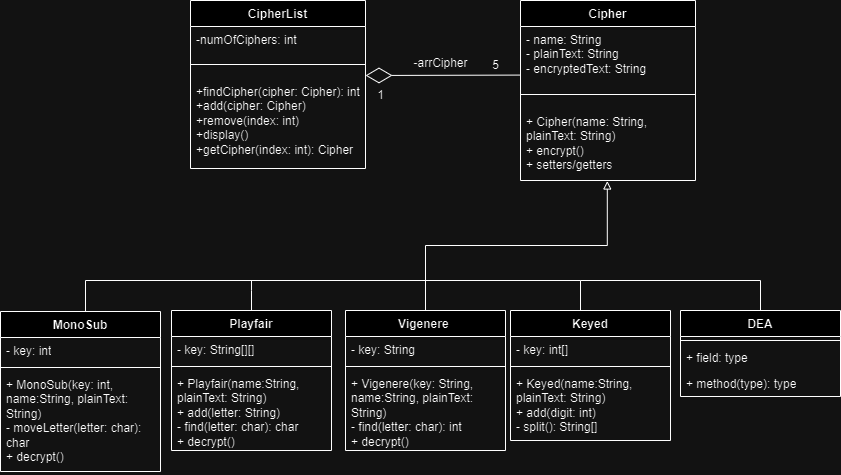
Above: UML Class.png in HAQ7/educational-encryption-program (draw.io), before the change. Source tidied: cells renumbered, new cells last; positions are measured from the earlier drawing's top-left corner, leaving out a move shared by most shapes. Source of this version:
```xml
<mxGraphModel>
  <root>
    <mxCell id="0" />
    <mxCell id="1" parent="0" />
    <mxCell id="2" value="Cipher" style="swimlane;fontStyle=1;align=center;verticalAlign=top;horizontal=1;startSize=26;whiteSpace=wrap;html=1;" parent="1" vertex="1">
      <mxGeometry x="520" width="175" height="180" as="geometry" />
    </mxCell>
    <mxCell id="3" value="- name: String&lt;br&gt;- plainText: String&lt;br&gt;- encryptedText: String" style="text;strokeColor=none;fillColor=none;align=left;verticalAlign=top;spacingLeft=4;spacingRight=4;overflow=hidden;whiteSpace=wrap;html=1;" parent="2" vertex="1">
      <mxGeometry y="26" width="175" height="54" as="geometry" />
    </mxCell>
    <mxCell id="4" style="line;strokeWidth=1;fillColor=none;align=left;verticalAlign=middle;spacingTop=-1;spacingLeft=3;spacingRight=3;labelPosition=right;strokeColor=inherit;" parent="2" vertex="1">
      <mxGeometry y="80" width="175" height="28" as="geometry" />
    </mxCell>
    <mxCell id="5" value="+ Cipher(name: String, plainText: String)&lt;br&gt;+ encrypt()&lt;br&gt;+ setters/getters" style="text;strokeColor=none;fillColor=none;align=left;verticalAlign=top;spacingLeft=4;spacingRight=4;overflow=hidden;points=[[0,0.5],[1,0.5]];portConstraint=eastwest;whiteSpace=wrap;html=1;" parent="2" vertex="1">
      <mxGeometry y="108" width="175" height="72" as="geometry" />
    </mxCell>
    <mxCell id="6" style="edgeStyle=orthogonalEdgeStyle;rounded=0;jettySize=auto;html=1;entryX=0.496;entryY=1.007;entryDx=0;entryDy=0;entryPerimeter=0;strokeWidth=1;endArrow=block;endFill=0;" parent="1" edge="1" source="7" target="5">
      <mxGeometry relative="1" as="geometry" />
    </mxCell>
    <mxCell id="7" value="Vigenere&amp;nbsp;" style="swimlane;fontStyle=1;align=center;verticalAlign=top;horizontal=1;startSize=26;whiteSpace=wrap;html=1;" parent="1" vertex="1">
      <mxGeometry x="345" y="310" width="160" height="140" as="geometry" />
    </mxCell>
    <mxCell id="8" value="- key: String" style="text;strokeColor=none;fillColor=none;align=left;verticalAlign=top;spacingLeft=4;spacingRight=4;overflow=hidden;whiteSpace=wrap;html=1;" parent="7" vertex="1">
      <mxGeometry y="26" width="160" height="26" as="geometry" />
    </mxCell>
    <mxCell id="9" style="line;strokeWidth=1;fillColor=none;align=left;verticalAlign=middle;spacingTop=-1;spacingLeft=3;spacingRight=3;labelPosition=right;strokeColor=inherit;" parent="7" vertex="1">
      <mxGeometry y="52" width="160" height="8" as="geometry" />
    </mxCell>
    <mxCell id="10" value="+ Vigenere(key: String, name:String, plainText: String)&lt;br&gt;- find(letter: char): int&lt;br&gt;+ decrypt()" style="text;strokeColor=none;fillColor=none;align=left;verticalAlign=top;spacingLeft=4;spacingRight=4;overflow=hidden;whiteSpace=wrap;html=1;" parent="7" vertex="1">
      <mxGeometry y="60" width="160" height="80" as="geometry" />
    </mxCell>
    <mxCell id="11" style="edgeStyle=orthogonalEdgeStyle;rounded=0;jettySize=auto;html=1;endArrow=none;endFill=0;" parent="1" edge="1" source="12">
      <mxGeometry relative="1" as="geometry">
        <mxPoint x="251" y="280" as="targetPoint" />
      </mxGeometry>
    </mxCell>
    <mxCell id="12" value="Playfair" style="swimlane;fontStyle=1;align=center;verticalAlign=top;horizontal=1;startSize=26;whiteSpace=wrap;html=1;" parent="1" vertex="1">
      <mxGeometry x="171" y="310" width="160" height="140" as="geometry" />
    </mxCell>
    <mxCell id="13" value="- key: String[][]" style="text;strokeColor=none;fillColor=none;align=left;verticalAlign=top;spacingLeft=4;spacingRight=4;overflow=hidden;whiteSpace=wrap;html=1;" parent="12" vertex="1">
      <mxGeometry y="26" width="160" height="26" as="geometry" />
    </mxCell>
    <mxCell id="14" style="line;strokeWidth=1;fillColor=none;align=left;verticalAlign=middle;spacingTop=-1;spacingLeft=3;spacingRight=3;labelPosition=right;strokeColor=inherit;" parent="12" vertex="1">
      <mxGeometry y="52" width="160" height="8" as="geometry" />
    </mxCell>
    <mxCell id="15" value="+ Playfair(name:String, plainText: String)&lt;br&gt;+ add(letter: String)&lt;br&gt;- find(letter: char): char&lt;br&gt;+ decrypt()" style="text;strokeColor=none;fillColor=none;align=left;verticalAlign=top;spacingLeft=4;spacingRight=4;overflow=hidden;whiteSpace=wrap;html=1;" parent="12" vertex="1">
      <mxGeometry y="60" width="160" height="80" as="geometry" />
    </mxCell>
    <mxCell id="16" style="edgeStyle=orthogonalEdgeStyle;rounded=0;orthogonalLoop=1;jettySize=auto;html=1;endArrow=none;endFill=0;" parent="1" edge="1">
      <mxGeometry relative="1" as="geometry">
        <mxPoint x="85" y="331" as="sourcePoint" />
        <mxPoint x="425" y="280" as="targetPoint" />
        <Array as="points">
          <mxPoint x="85" y="280" />
        </Array>
      </mxGeometry>
    </mxCell>
    <mxCell id="17" value="MonoSub" style="swimlane;fontStyle=1;align=center;verticalAlign=top;horizontal=1;startSize=26;whiteSpace=wrap;html=1;" parent="1" vertex="1">
      <mxGeometry y="311" width="160" height="160" as="geometry" />
    </mxCell>
    <mxCell id="18" value="- key: int" style="text;strokeColor=none;fillColor=none;align=left;verticalAlign=top;spacingLeft=4;spacingRight=4;overflow=hidden;whiteSpace=wrap;html=1;" parent="17" vertex="1">
      <mxGeometry y="26" width="160" height="26" as="geometry" />
    </mxCell>
    <mxCell id="19" style="line;strokeWidth=1;fillColor=none;align=left;verticalAlign=middle;spacingTop=-1;spacingLeft=3;spacingRight=3;labelPosition=right;strokeColor=inherit;" parent="17" vertex="1">
      <mxGeometry y="52" width="160" height="8" as="geometry" />
    </mxCell>
    <mxCell id="20" value="+ MonoSub(key: int, name:String, plainText: String)&lt;br&gt;- moveLetter(letter: char): char&lt;br&gt;+ decrypt()" style="text;strokeColor=none;fillColor=none;align=left;verticalAlign=top;spacingLeft=4;spacingRight=4;overflow=hidden;whiteSpace=wrap;html=1;" parent="17" vertex="1">
      <mxGeometry y="60" width="160" height="100" as="geometry" />
    </mxCell>
    <mxCell id="21" style="edgeStyle=orthogonalEdgeStyle;rounded=0;orthogonalLoop=1;jettySize=auto;html=1;endArrow=none;endFill=0;" parent="1" edge="1">
      <mxGeometry relative="1" as="geometry">
        <mxPoint x="580" y="330" as="sourcePoint" />
        <mxPoint x="420" y="280" as="targetPoint" />
        <Array as="points">
          <mxPoint x="580" y="280" />
        </Array>
      </mxGeometry>
    </mxCell>
    <mxCell id="22" value="Keyed" style="swimlane;fontStyle=1;align=center;verticalAlign=top;horizontal=1;startSize=26;whiteSpace=wrap;html=1;" parent="1" vertex="1">
      <mxGeometry x="510" y="310" width="160" height="130" as="geometry" />
    </mxCell>
    <mxCell id="23" value="- key: int[]" style="text;strokeColor=none;fillColor=none;align=left;verticalAlign=top;spacingLeft=4;spacingRight=4;overflow=hidden;whiteSpace=wrap;html=1;" parent="22" vertex="1">
      <mxGeometry y="26" width="160" height="26" as="geometry" />
    </mxCell>
    <mxCell id="24" style="line;strokeWidth=1;fillColor=none;align=left;verticalAlign=middle;spacingTop=-1;spacingLeft=3;spacingRight=3;labelPosition=right;strokeColor=inherit;" parent="22" vertex="1">
      <mxGeometry y="52" width="160" height="8" as="geometry" />
    </mxCell>
    <mxCell id="25" value="+ Keyed(name:String, plainText: String)&lt;br&gt;+ add(digit: int)&lt;br&gt;- split(): String[]" style="text;strokeColor=none;fillColor=none;align=left;verticalAlign=top;spacingLeft=4;spacingRight=4;overflow=hidden;whiteSpace=wrap;html=1;" parent="22" vertex="1">
      <mxGeometry y="60" width="160" height="70" as="geometry" />
    </mxCell>
    <mxCell id="26" style="edgeStyle=orthogonalEdgeStyle;rounded=0;jettySize=auto;html=1;endArrow=none;endFill=0;" parent="1" edge="1" source="27">
      <mxGeometry relative="1" as="geometry">
        <mxPoint x="580" y="280" as="targetPoint" />
        <Array as="points">
          <mxPoint x="760" y="280" />
        </Array>
      </mxGeometry>
    </mxCell>
    <mxCell id="27" value="DEA" style="swimlane;fontStyle=1;align=center;verticalAlign=top;horizontal=1;startSize=26;whiteSpace=wrap;html=1;" parent="1" vertex="1">
      <mxGeometry x="680" y="310" width="160" height="86" as="geometry" />
    </mxCell>
    <mxCell id="28" style="line;strokeWidth=1;fillColor=none;align=left;verticalAlign=middle;spacingTop=-1;spacingLeft=3;spacingRight=3;labelPosition=right;strokeColor=inherit;" parent="27" vertex="1">
      <mxGeometry y="26" width="160" height="8" as="geometry" />
    </mxCell>
    <mxCell id="29" value="+ field: type" style="text;strokeColor=none;fillColor=none;align=left;verticalAlign=top;spacingLeft=4;spacingRight=4;overflow=hidden;whiteSpace=wrap;html=1;" parent="27" vertex="1">
      <mxGeometry y="34" width="160" height="26" as="geometry" />
    </mxCell>
    <mxCell id="30" value="+ method(type): type" style="text;strokeColor=none;fillColor=none;align=left;verticalAlign=top;spacingLeft=4;spacingRight=4;overflow=hidden;whiteSpace=wrap;html=1;" parent="27" vertex="1">
      <mxGeometry y="60" width="160" height="26" as="geometry" />
    </mxCell>
    <mxCell id="31" style="endArrow=diamondThin;endFill=0;endSize=24;html=1;rounded=0;" parent="1" edge="1">
      <mxGeometry relative="1" as="geometry">
        <mxPoint x="520" y="74.6" as="sourcePoint" />
        <mxPoint x="365" y="75" as="targetPoint" />
      </mxGeometry>
    </mxCell>
    <mxCell id="32" value="CipherList" style="swimlane;fontStyle=1;align=center;verticalAlign=top;horizontal=1;startSize=26;whiteSpace=wrap;html=1;" parent="1" vertex="1">
      <mxGeometry x="190" width="175" height="168" as="geometry" />
    </mxCell>
    <mxCell id="33" value="-numOfCiphers: int" style="text;strokeColor=none;fillColor=none;align=left;verticalAlign=top;spacingLeft=4;spacingRight=4;overflow=hidden;whiteSpace=wrap;html=1;" parent="32" vertex="1">
      <mxGeometry y="26" width="175" height="24" as="geometry" />
    </mxCell>
    <mxCell id="34" style="line;strokeWidth=1;fillColor=none;align=left;verticalAlign=middle;spacingTop=-1;spacingLeft=3;spacingRight=3;labelPosition=right;strokeColor=inherit;" parent="32" vertex="1">
      <mxGeometry y="50" width="175" height="28" as="geometry" />
    </mxCell>
    <mxCell id="35" value="+findCipher(cipher: Cipher): int&lt;br&gt;+add(cipher: Cipher)&lt;br&gt;+remove(index: int)&lt;br&gt;+display()&lt;br&gt;+getCipher(index: int): Cipher" style="text;strokeColor=none;fillColor=none;align=left;verticalAlign=top;spacingLeft=4;spacingRight=4;overflow=hidden;whiteSpace=wrap;html=1;" parent="32" vertex="1">
      <mxGeometry y="78" width="175" height="90" as="geometry" />
    </mxCell>
    <mxCell id="36" value="5" style="text;html=1;align=center;verticalAlign=middle;strokeColor=none;fillColor=none;" parent="1" vertex="1">
      <mxGeometry x="480" y="50" width="30" height="30" as="geometry" />
    </mxCell>
    <mxCell id="37" value="1" style="text;html=1;align=center;verticalAlign=middle;strokeColor=none;fillColor=none;" parent="1" vertex="1">
      <mxGeometry x="365" y="80" width="30" height="30" as="geometry" />
    </mxCell>
    <mxCell id="38" value="-arrCipher" style="text;html=1;align=center;verticalAlign=middle;strokeColor=none;fillColor=none;" parent="1" vertex="1">
      <mxGeometry x="400" y="48" width="80" height="30" as="geometry" />
    </mxCell>
  </root>
</mxGraphModel>
```
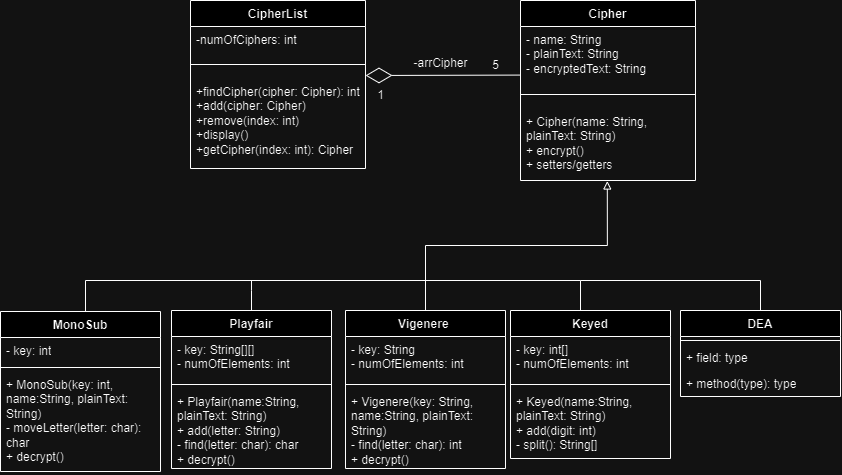
The same file after the commit.

What changed in the source:
```diff
@@ -18,16 +18,16 @@
       <mxGeometry relative="1" as="geometry" />
     </mxCell>
     <mxCell id="7" value="Vigenere&amp;nbsp;" style="swimlane;fontStyle=1;align=center;verticalAlign=top;horizontal=1;startSize=26;whiteSpace=wrap;html=1;" parent="1" vertex="1">
-      <mxGeometry x="345" y="310" width="160" height="140" as="geometry" />
+      <mxGeometry x="345" y="310" width="160" height="158" as="geometry" />
     </mxCell>
-    <mxCell id="8" value="- key: String" style="text;strokeColor=none;fillColor=none;align=left;verticalAlign=top;spacingLeft=4;spacingRight=4;overflow=hidden;whiteSpace=wrap;html=1;" parent="7" vertex="1">
-      <mxGeometry y="26" width="160" height="26" as="geometry" />
+    <mxCell id="8" value="- key: String&lt;br&gt;- numOfElements: int" style="text;strokeColor=none;fillColor=none;align=left;verticalAlign=top;spacingLeft=4;spacingRight=4;overflow=hidden;whiteSpace=wrap;html=1;" parent="7" vertex="1">
+      <mxGeometry y="26" width="160" height="44" as="geometry" />
     </mxCell>
     <mxCell id="9" style="line;strokeWidth=1;fillColor=none;align=left;verticalAlign=middle;spacingTop=-1;spacingLeft=3;spacingRight=3;labelPosition=right;strokeColor=inherit;" parent="7" vertex="1">
-      <mxGeometry y="52" width="160" height="8" as="geometry" />
+      <mxGeometry y="70" width="160" height="8" as="geometry" />
     </mxCell>
     <mxCell id="10" value="+ Vigenere(key: String, name:String, plainText: String)&lt;br&gt;- find(letter: char): int&lt;br&gt;+ decrypt()" style="text;strokeColor=none;fillColor=none;align=left;verticalAlign=top;spacingLeft=4;spacingRight=4;overflow=hidden;whiteSpace=wrap;html=1;" parent="7" vertex="1">
-      <mxGeometry y="60" width="160" height="80" as="geometry" />
+      <mxGeometry y="78" width="160" height="80" as="geometry" />
     </mxCell>
     <mxCell id="11" style="edgeStyle=orthogonalEdgeStyle;rounded=0;jettySize=auto;html=1;endArrow=none;endFill=0;" parent="1" edge="1" source="12">
       <mxGeometry relative="1" as="geometry">
@@ -35,16 +35,16 @@
       </mxGeometry>
     </mxCell>
     <mxCell id="12" value="Playfair" style="swimlane;fontStyle=1;align=center;verticalAlign=top;horizontal=1;startSize=26;whiteSpace=wrap;html=1;" parent="1" vertex="1">
-      <mxGeometry x="171" y="310" width="160" height="140" as="geometry" />
+      <mxGeometry x="171" y="310" width="160" height="158" as="geometry" />
     </mxCell>
-    <mxCell id="13" value="- key: String[][]" style="text;strokeColor=none;fillColor=none;align=left;verticalAlign=top;spacingLeft=4;spacingRight=4;overflow=hidden;whiteSpace=wrap;html=1;" parent="12" vertex="1">
-      <mxGeometry y="26" width="160" height="26" as="geometry" />
+    <mxCell id="13" value="- key: String[][]&lt;br&gt;- numOfElements: int" style="text;strokeColor=none;fillColor=none;align=left;verticalAlign=top;spacingLeft=4;spacingRight=4;overflow=hidden;whiteSpace=wrap;html=1;" parent="12" vertex="1">
+      <mxGeometry y="26" width="160" height="44" as="geometry" />
     </mxCell>
     <mxCell id="14" style="line;strokeWidth=1;fillColor=none;align=left;verticalAlign=middle;spacingTop=-1;spacingLeft=3;spacingRight=3;labelPosition=right;strokeColor=inherit;" parent="12" vertex="1">
-      <mxGeometry y="52" width="160" height="8" as="geometry" />
+      <mxGeometry y="70" width="160" height="8" as="geometry" />
     </mxCell>
     <mxCell id="15" value="+ Playfair(name:String, plainText: String)&lt;br&gt;+ add(letter: String)&lt;br&gt;- find(letter: char): char&lt;br&gt;+ decrypt()" style="text;strokeColor=none;fillColor=none;align=left;verticalAlign=top;spacingLeft=4;spacingRight=4;overflow=hidden;whiteSpace=wrap;html=1;" parent="12" vertex="1">
-      <mxGeometry y="60" width="160" height="80" as="geometry" />
+      <mxGeometry y="78" width="160" height="80" as="geometry" />
     </mxCell>
     <mxCell id="16" style="edgeStyle=orthogonalEdgeStyle;rounded=0;orthogonalLoop=1;jettySize=auto;html=1;endArrow=none;endFill=0;" parent="1" edge="1">
       <mxGeometry relative="1" as="geometry">
@@ -77,16 +77,16 @@
       </mxGeometry>
     </mxCell>
     <mxCell id="22" value="Keyed" style="swimlane;fontStyle=1;align=center;verticalAlign=top;horizontal=1;startSize=26;whiteSpace=wrap;html=1;" parent="1" vertex="1">
-      <mxGeometry x="510" y="310" width="160" height="130" as="geometry" />
+      <mxGeometry x="510" y="310" width="160" height="148" as="geometry" />
     </mxCell>
-    <mxCell id="23" value="- key: int[]" style="text;strokeColor=none;fillColor=none;align=left;verticalAlign=top;spacingLeft=4;spacingRight=4;overflow=hidden;whiteSpace=wrap;html=1;" parent="22" vertex="1">
-      <mxGeometry y="26" width="160" height="26" as="geometry" />
+    <mxCell id="23" value="- key: int[]&lt;br&gt;- numOfElements: int" style="text;strokeColor=none;fillColor=none;align=left;verticalAlign=top;spacingLeft=4;spacingRight=4;overflow=hidden;whiteSpace=wrap;html=1;" parent="22" vertex="1">
+      <mxGeometry y="26" width="160" height="44" as="geometry" />
     </mxCell>
     <mxCell id="24" style="line;strokeWidth=1;fillColor=none;align=left;verticalAlign=middle;spacingTop=-1;spacingLeft=3;spacingRight=3;labelPosition=right;strokeColor=inherit;" parent="22" vertex="1">
-      <mxGeometry y="52" width="160" height="8" as="geometry" />
+      <mxGeometry y="70" width="160" height="8" as="geometry" />
     </mxCell>
     <mxCell id="25" value="+ Keyed(name:String, plainText: String)&lt;br&gt;+ add(digit: int)&lt;br&gt;- split(): String[]" style="text;strokeColor=none;fillColor=none;align=left;verticalAlign=top;spacingLeft=4;spacingRight=4;overflow=hidden;whiteSpace=wrap;html=1;" parent="22" vertex="1">
-      <mxGeometry y="60" width="160" height="70" as="geometry" />
+      <mxGeometry y="78" width="160" height="70" as="geometry" />
     </mxCell>
     <mxCell id="26" style="edgeStyle=orthogonalEdgeStyle;rounded=0;jettySize=auto;html=1;endArrow=none;endFill=0;" parent="1" edge="1" source="27">
       <mxGeometry relative="1" as="geometry">
```
